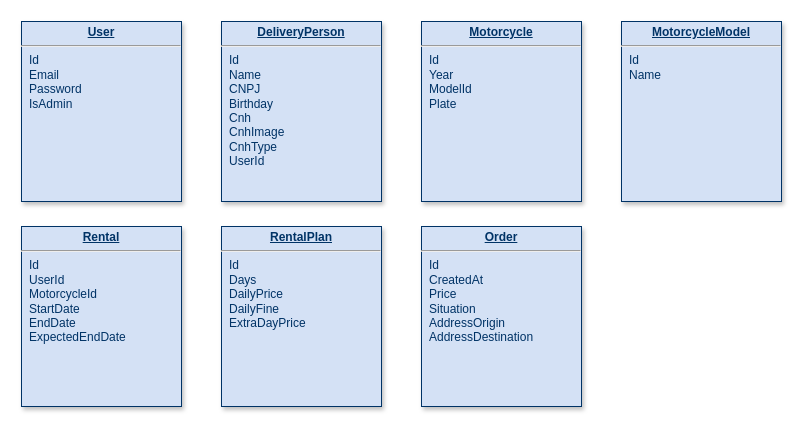
Before: database_diagram.drawio in gsdutra/mottu-api, a draw.io diagram. Source tidied: cells renumbered, new cells numbered last; positions are measured from the earlier drawing's top-left corner, leaving out a move shared by most shapes. Both pictures are drawn from the tidied source at 100%, with x=0, y=0 at pixel (21, 21).
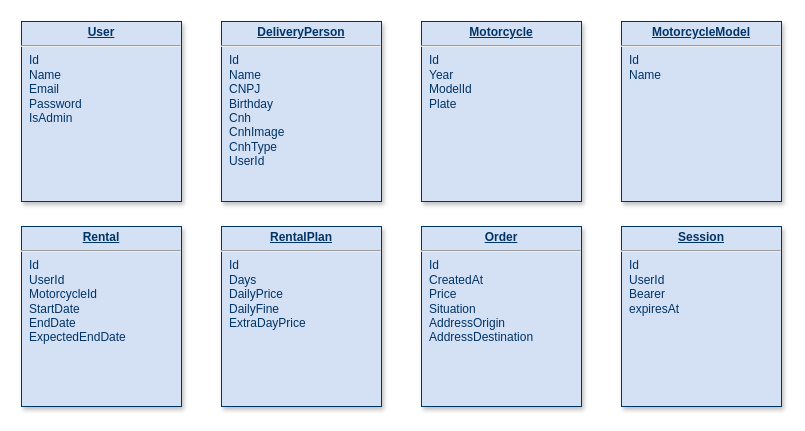
The same page after the edit.

Diff of the diagram source:
```diff
@@
 <mxGraphModel>
   <root>
     <mxCell id="0" />
     <mxCell id="1" parent="0" />
     <mxCell id="2" value="&lt;p style=&quot;margin: 0px; margin-top: 4px; text-align: center; text-decoration: underline;&quot;&gt;&lt;strong&gt;DeliveryPerson&lt;/strong&gt;&lt;/p&gt;&lt;hr&gt;&lt;p style=&quot;margin: 0px; margin-left: 8px;&quot;&gt;Id&lt;/p&gt;&lt;p style=&quot;margin: 0px; margin-left: 8px;&quot;&gt;Name&lt;/p&gt;&lt;p style=&quot;margin: 0px; margin-left: 8px;&quot;&gt;CNPJ&lt;/p&gt;&lt;p style=&quot;margin: 0px; margin-left: 8px;&quot;&gt;Birthday&lt;/p&gt;&lt;p style=&quot;margin: 0px; margin-left: 8px;&quot;&gt;Cnh&lt;/p&gt;&lt;p style=&quot;margin: 0px; margin-left: 8px;&quot;&gt;CnhImage&lt;/p&gt;&lt;p style=&quot;margin: 0px; margin-left: 8px;&quot;&gt;CnhType&lt;/p&gt;&lt;p style=&quot;margin: 0px; margin-left: 8px;&quot;&gt;UserId&lt;/p&gt;" style="verticalAlign=top;align=left;overflow=fill;fontSize=12;fontFamily=Helvetica;html=1;strokeColor=#003366;shadow=1;fillColor=#D4E1F5;fontColor=#003366;" parent="1" vertex="1">
       <mxGeometry x="200" width="160" height="180" as="geometry" />
     </mxCell>
     <mxCell id="3" value="&lt;p style=&quot;margin: 0px; margin-top: 4px; text-align: center; text-decoration: underline;&quot;&gt;&lt;b&gt;Motorcycle&lt;/b&gt;&lt;/p&gt;&lt;hr&gt;&lt;p style=&quot;margin: 0px; margin-left: 8px;&quot;&gt;Id&lt;/p&gt;&lt;p style=&quot;margin: 0px; margin-left: 8px;&quot;&gt;Year&lt;/p&gt;&lt;p style=&quot;margin: 0px; margin-left: 8px;&quot;&gt;ModelId&lt;/p&gt;&lt;p style=&quot;margin: 0px; margin-left: 8px;&quot;&gt;Plate&lt;/p&gt;" style="verticalAlign=top;align=left;overflow=fill;fontSize=12;fontFamily=Helvetica;html=1;strokeColor=#003366;shadow=1;fillColor=#D4E1F5;fontColor=#003366;" parent="1" vertex="1">
       <mxGeometry x="400" width="160" height="180" as="geometry" />
     </mxCell>
-    <mxCell id="4" value="&lt;p style=&quot;margin: 0px; margin-top: 4px; text-align: center; text-decoration: underline;&quot;&gt;&lt;strong&gt;User&lt;/strong&gt;&lt;/p&gt;&lt;hr&gt;&lt;p style=&quot;margin: 0px; margin-left: 8px;&quot;&gt;Id&lt;/p&gt;&lt;p style=&quot;margin: 0px; margin-left: 8px;&quot;&gt;Email&lt;/p&gt;&lt;p style=&quot;margin: 0px; margin-left: 8px;&quot;&gt;Password&lt;/p&gt;&lt;p style=&quot;margin: 0px; margin-left: 8px;&quot;&gt;IsAdmin&lt;/p&gt;" style="verticalAlign=top;align=left;overflow=fill;fontSize=12;fontFamily=Helvetica;html=1;strokeColor=#003366;shadow=1;fillColor=#D4E1F5;fontColor=#003366;" parent="1" vertex="1">
+    <mxCell id="4" value="&lt;p style=&quot;margin: 0px; margin-top: 4px; text-align: center; text-decoration: underline;&quot;&gt;&lt;strong&gt;User&lt;/strong&gt;&lt;/p&gt;&lt;hr&gt;&lt;p style=&quot;margin: 0px; margin-left: 8px;&quot;&gt;Id&lt;/p&gt;&lt;p style=&quot;margin: 0px; margin-left: 8px;&quot;&gt;Name&lt;/p&gt;&lt;p style=&quot;margin: 0px; margin-left: 8px;&quot;&gt;Email&lt;/p&gt;&lt;p style=&quot;margin: 0px; margin-left: 8px;&quot;&gt;Password&lt;/p&gt;&lt;p style=&quot;margin: 0px; margin-left: 8px;&quot;&gt;IsAdmin&lt;/p&gt;" style="verticalAlign=top;align=left;overflow=fill;fontSize=12;fontFamily=Helvetica;html=1;strokeColor=#003366;shadow=1;fillColor=#D4E1F5;fontColor=#003366;" parent="1" vertex="1">
       <mxGeometry width="160" height="180" as="geometry" />
     </mxCell>
     <mxCell id="5" value="&lt;p style=&quot;margin: 0px; margin-top: 4px; text-align: center; text-decoration: underline;&quot;&gt;&lt;b&gt;MotorcycleModel&lt;/b&gt;&lt;/p&gt;&lt;hr&gt;&lt;p style=&quot;margin: 0px; margin-left: 8px;&quot;&gt;Id&lt;/p&gt;&lt;p style=&quot;margin: 0px; margin-left: 8px;&quot;&gt;Name&lt;/p&gt;" style="verticalAlign=top;align=left;overflow=fill;fontSize=12;fontFamily=Helvetica;html=1;strokeColor=#003366;shadow=1;fillColor=#D4E1F5;fontColor=#003366;" parent="1" vertex="1">
       <mxGeometry x="600" width="160" height="180" as="geometry" />
     </mxCell>
     <mxCell id="6" value="&lt;p style=&quot;margin: 0px; margin-top: 4px; text-align: center; text-decoration: underline;&quot;&gt;&lt;strong&gt;Rental&lt;/strong&gt;&lt;/p&gt;&lt;hr&gt;&lt;p style=&quot;margin: 0px; margin-left: 8px;&quot;&gt;Id&lt;/p&gt;&lt;p style=&quot;margin: 0px; margin-left: 8px;&quot;&gt;UserId&lt;/p&gt;&lt;p style=&quot;margin: 0px; margin-left: 8px;&quot;&gt;MotorcycleId&lt;/p&gt;&lt;p style=&quot;margin: 0px; margin-left: 8px;&quot;&gt;StartDate&lt;/p&gt;&lt;p style=&quot;margin: 0px; margin-left: 8px;&quot;&gt;EndDate&lt;/p&gt;&lt;p style=&quot;margin: 0px; margin-left: 8px;&quot;&gt;ExpectedEndDate&lt;/p&gt;" style="verticalAlign=top;align=left;overflow=fill;fontSize=12;fontFamily=Helvetica;html=1;strokeColor=#003366;shadow=1;fillColor=#D4E1F5;fontColor=#003366;" parent="1" vertex="1">
       <mxGeometry y="205" width="160" height="180" as="geometry" />
     </mxCell>
     <mxCell id="7" value="&lt;p style=&quot;margin: 0px; margin-top: 4px; text-align: center; text-decoration: underline;&quot;&gt;&lt;strong&gt;RentalPlan&lt;/strong&gt;&lt;/p&gt;&lt;hr&gt;&lt;p style=&quot;margin: 0px; margin-left: 8px;&quot;&gt;Id&lt;/p&gt;&lt;p style=&quot;margin: 0px; margin-left: 8px;&quot;&gt;Days&lt;/p&gt;&lt;p style=&quot;margin: 0px; margin-left: 8px;&quot;&gt;DailyPrice&lt;/p&gt;&lt;p style=&quot;margin: 0px; margin-left: 8px;&quot;&gt;DailyFine&lt;/p&gt;&lt;p style=&quot;margin: 0px; margin-left: 8px;&quot;&gt;ExtraDayPrice&lt;/p&gt;" style="verticalAlign=top;align=left;overflow=fill;fontSize=12;fontFamily=Helvetica;html=1;strokeColor=#003366;shadow=1;fillColor=#D4E1F5;fontColor=#003366;" parent="1" vertex="1">
       <mxGeometry x="200" y="205" width="160" height="180" as="geometry" />
     </mxCell>
     <mxCell id="8" value="&lt;p style=&quot;margin: 0px; margin-top: 4px; text-align: center; text-decoration: underline;&quot;&gt;&lt;b&gt;Order&lt;/b&gt;&lt;/p&gt;&lt;hr&gt;&lt;p style=&quot;margin: 0px; margin-left: 8px;&quot;&gt;Id&lt;/p&gt;&lt;p style=&quot;margin: 0px; margin-left: 8px;&quot;&gt;CreatedAt&lt;/p&gt;&lt;p style=&quot;margin: 0px; margin-left: 8px;&quot;&gt;Price&lt;/p&gt;&lt;p style=&quot;margin: 0px; margin-left: 8px;&quot;&gt;Situation&lt;/p&gt;&lt;p style=&quot;margin: 0px; margin-left: 8px;&quot;&gt;AddressOrigin&lt;/p&gt;&lt;p style=&quot;margin: 0px; margin-left: 8px;&quot;&gt;AddressDestination&lt;/p&gt;" style="verticalAlign=top;align=left;overflow=fill;fontSize=12;fontFamily=Helvetica;html=1;strokeColor=#003366;shadow=1;fillColor=#D4E1F5;fontColor=#003366;" parent="1" vertex="1">
       <mxGeometry x="400" y="205" width="160" height="180" as="geometry" />
     </mxCell>
+    <mxCell id="9" value="&lt;p style=&quot;margin: 0px; margin-top: 4px; text-align: center; text-decoration: underline;&quot;&gt;&lt;b&gt;Session&lt;/b&gt;&lt;/p&gt;&lt;hr&gt;&lt;p style=&quot;margin: 0px; margin-left: 8px;&quot;&gt;Id&lt;/p&gt;&lt;p style=&quot;margin: 0px; margin-left: 8px;&quot;&gt;UserId&lt;/p&gt;&lt;p style=&quot;margin: 0px; margin-left: 8px;&quot;&gt;Bearer&lt;/p&gt;&lt;p style=&quot;margin: 0px; margin-left: 8px;&quot;&gt;expiresAt&lt;/p&gt;" style="verticalAlign=top;align=left;overflow=fill;fontSize=12;fontFamily=Helvetica;html=1;strokeColor=#003366;shadow=1;fillColor=#D4E1F5;fontColor=#003366;" parent="1" vertex="1">
+      <mxGeometry x="600" y="205" width="160" height="180" as="geometry" />
+    </mxCell>
   </root>
 </mxGraphModel>
```
